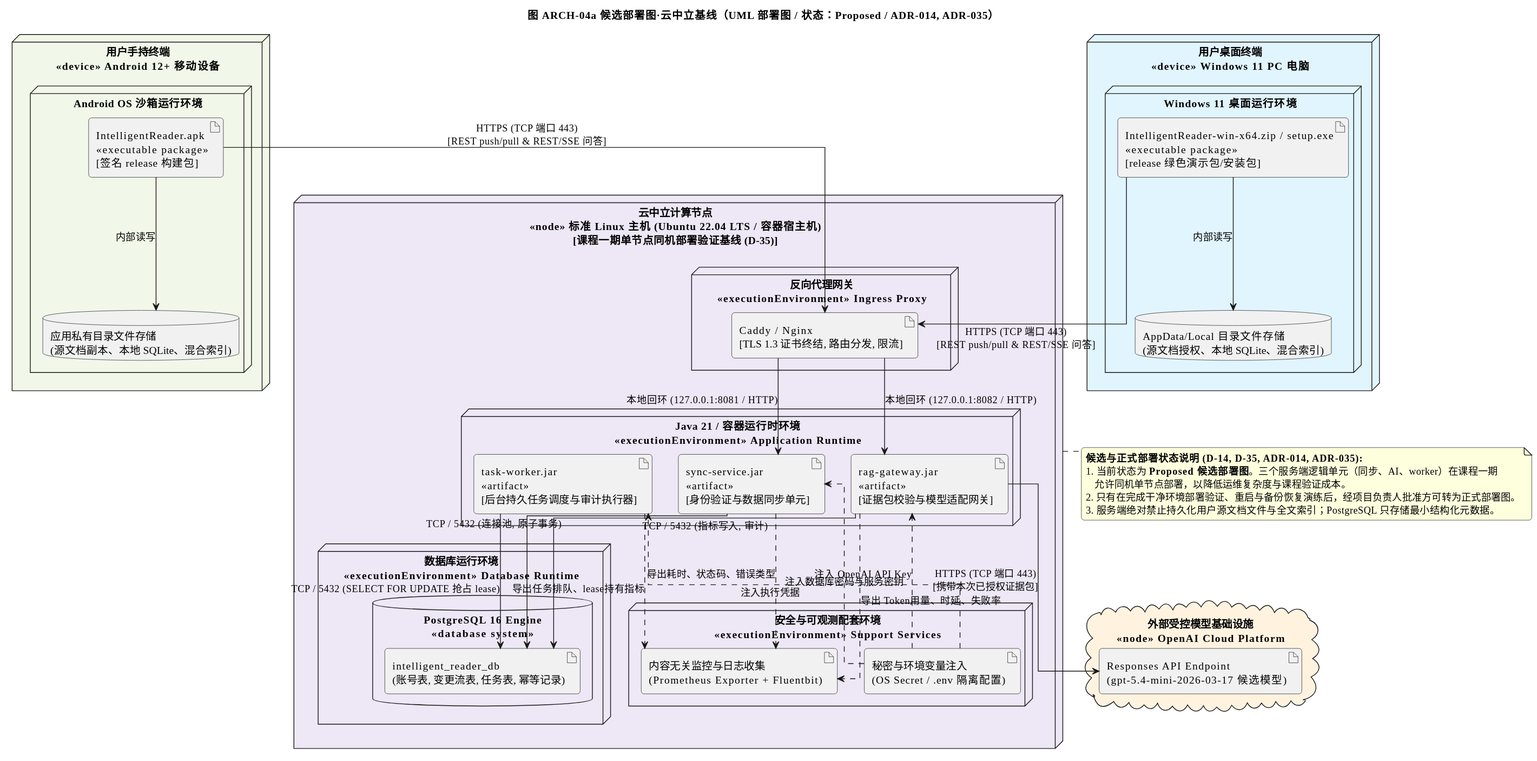
Before: docs/架构设计/阶段成果-V0.4-双端需求补充/41-架构视图与图件交付包-V1.0/导出图-SVG/ARCH-04a-候选部署图-云中立基线.svg, a diagram exported from PlantUML (Aut-172/Intelligent-Reader).
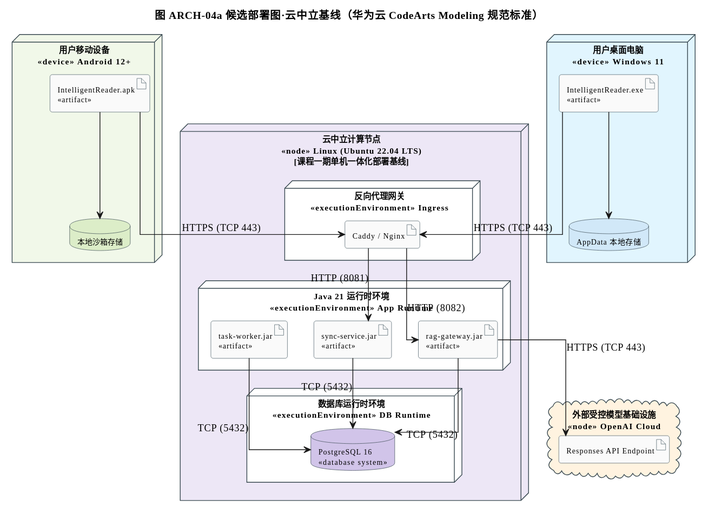
The same file after the commit.

Diff of the diagram source:
```diff
@@ -1,79 +1,76 @@
 @startuml
-title 图 ARCH-04a 候选部署图·云中立基线（UML 部署图 / 状态：Proposed / ADR-014, ADR-035）
+title 图 ARCH-04a 候选部署图·云中立基线（华为云 CodeArts Modeling 规范标准）
 skinparam shadowing false
 skinparam defaultFontName Microsoft YaHei
-skinparam roundCorner 8
+skinparam roundCorner 6
 skinparam linetype ortho
 
-node "用户手持终端\n<<device>> Android 12+ 移动设备" as Node_Android #F1F8E9 {
-    node "Android OS 沙箱运行环境" as Env_Android {
-        artifact "IntelligentReader.apk\n<<executable package>>\n[签名 release 构建包]" as Art_APK
-        database "应用私有目录文件存储\n(源文档副本、本地 SQLite、混合索引)" as Store_Android
-        Art_APK --> Store_Android : 内部读写
-    }
+skinparam node {
+  BackgroundColor #FFFFFF
+  BorderColor #37474F
+  FontSize 11
+  ArrowColor #1565C0
+  ArrowThickness 1.2
 }
 
-node "用户桌面终端\n<<device>> Windows 11 PC 电脑" as Node_Windows #E1F5FE {
-    node "Windows 11 桌面运行环境" as Env_Windows {
-        artifact "IntelligentReader-win-x64.zip / setup.exe\n<<executable package>>\n[release 绿色演示包/安装包]" as Art_EXE
-        database "AppData/Local 目录文件存储\n(源文档授权、本地 SQLite、混合索引)" as Store_Win
-        Art_EXE --> Store_Win : 内部读写
-    }
+skinparam artifact {
+  BackgroundColor #FAFAFA
+  BorderColor #455A64
+  FontSize 10
 }
 
-node "云中立计算节点\n<<node>> 标准 Linux 主机 (Ubuntu 22.04 LTS / 容器宿主机)\n[课程一期单节点同机部署验证基线 (D-35)]" as Node_Server #EDE7F6 {
-
-    node "反向代理网关\n<<executionEnvironment>> Ingress Proxy" as Env_Proxy {
-        artifact "Caddy / Nginx\n[TLS 1.3 证书终结, 路由分发, 限流]" as Art_Proxy
-    }
-
-    node "Java 21 / 容器运行时环境\n<<executionEnvironment>> Application Runtime" as Env_AppRuntime {
-        artifact "sync-service.jar\n<<artifact>>\n[身份验证与数据同步单元]" as Art_Sync
-        artifact "rag-gateway.jar\n<<artifact>>\n[证据包校验与模型适配网关]" as Art_AI
-        artifact "task-worker.jar\n<<artifact>>\n[后台持久任务调度与审计执行器]" as Art_Worker
-    }
-
-    node "数据库运行环境\n<<executionEnvironment>> Database Runtime" as Env_DBRuntime {
-        database "PostgreSQL 16 Engine\n<<database system>>" as PG_Inst {
-            artifact "intelligent_reader_db\n(账号表, 变更流表, 任务表, 幂等记录)" as Art_DB_Data
-        }
-    }
-
-    node "安全与可观测配套环境\n<<executionEnvironment>> Support Services" as Env_Support {
-        artifact "秘密与环境变量注入\n(OS Secret / .env 隔离配置)" as Art_Secret
-        artifact "内容无关监控与日志收集\n(Prometheus Exporter + Fluentbit)" as Art_Obs
-    }
-
-    Art_Proxy --> Art_Sync : 本地回环 (127.0.0.1:8081 / HTTP)
-    Art_Proxy --> Art_AI : 本地回环 (127.0.0.1:8082 / HTTP)
-
-    Art_Sync --> Art_DB_Data : TCP / 5432 (连接池, 原子事务)
-    Art_AI --> Art_DB_Data : TCP / 5432 (指标写入, 审计)
-    Art_Worker --> Art_DB_Data : TCP / 5432 (SELECT FOR UPDATE 抢占 lease)
-
-    Art_Secret ..> Art_Sync : 注入数据库密码与服务密钥
-    Art_Secret ..> Art_AI : 注入 OpenAI API Key
-    Art_Secret ..> Art_Worker : 注入执行凭据
-
-    Art_Sync ..> Art_Obs : 导出耗时、状态码、错误类型
-    Art_AI ..> Art_Obs : 导出 Token用量、时延、失败率
-    Art_Worker ..> Art_Obs : 导出任务排队、lease持有指标
+skinparam database {
+  BackgroundColor #FFFFFF
+  BorderColor #37474F
+  FontSize 10
 }
 
-cloud "外部受控模型基础设施\n<<node>> OpenAI Cloud Platform" as Node_OpenAI #FFF3E0 {
-    artifact "Responses API Endpoint\n(gpt-5.4-mini-2026-03-17 候选模型)" as Art_OpenAI_API
+skinparam cloud {
+  BackgroundColor #FFFFFF
+  BorderColor #37474F
+  FontSize 11
 }
 
-Art_APK --> Art_Proxy : HTTPS (TCP 端口 443)\n[REST push/pull & REST/SSE 问答]
-Art_EXE --> Art_Proxy : HTTPS (TCP 端口 443)\n[REST push/pull & REST/SSE 问答]
+node "用户移动设备\n<<device>> Android 12+" as Node_Android #F1F8E9 {
+  artifact "IntelligentReader.apk\n<<artifact>>" as Art_APK
+  database "本地沙箱存储" as Store_Android #DCEDC8
+  Art_APK --> Store_Android
+}
 
-Art_AI --> Art_OpenAI_API : HTTPS (TCP 端口 443)\n[携带本次已授权证据包]
+node "用户桌面电脑\n<<device>> Windows 11" as Node_Windows #E1F5FE {
+  artifact "IntelligentReader.exe\n<<artifact>>" as Art_EXE
+  database "AppData 本地存储" as Store_Win #D1E8F8
+  Art_EXE --> Store_Win
+}
 
-note bottom of Node_Server
-  **候选与正式部署状态说明 (D-14, D-35, ADR-014, ADR-035):**
-  1. 当前状态为 **Proposed 候选部署图**。三个服务端逻辑单元（同步、AI、worker）在课程一期
-     允许同机单节点部署，以降低运维复杂度与课程验证成本。
-  2. 只有在完成干净环境部署验证、重启与备份恢复演练后，经项目负责人批准方可转为正式部署图。
-  3. 服务端绝对禁止持久化用户源文档文件与全文索引；PostgreSQL 只存储最小结构化元数据。
-end note
+node "云中立计算节点\n<<node>> Linux (Ubuntu 22.04 LTS)\n[课程一期单机一体化部署基线]" as Node_Server #EDE7F6 {
+
+  node "反向代理网关\n<<executionEnvironment>> Ingress" as Env_Proxy {
+    artifact "Caddy / Nginx" as Art_Proxy
+  }
+
+  node "Java 21 运行时环境\n<<executionEnvironment>> App Runtime" as Env_AppRuntime {
+    artifact "sync-service.jar\n<<artifact>>" as Art_Sync
+    artifact "rag-gateway.jar\n<<artifact>>" as Art_AI
+    artifact "task-worker.jar\n<<artifact>>" as Art_Worker
+  }
+
+  node "数据库运行时环境\n<<executionEnvironment>> DB Runtime" as Env_DBRuntime {
+    database "PostgreSQL 16\n<<database system>>" as PG_Inst #D1C4E9
+  }
+
+  Art_Proxy --> Art_Sync : HTTP (8081)
+  Art_Proxy --> Art_AI : HTTP (8082)
+  Art_Sync --> PG_Inst : TCP (5432)
+  Art_AI --> PG_Inst : TCP (5432)
+  Art_Worker --> PG_Inst : TCP (5432)
+}
+
+cloud "外部受控模型基础设施\n<<node>> OpenAI Cloud" as Node_OpenAI #FFF3E0 {
+  artifact "Responses API Endpoint" as Art_OpenAI_API
+}
+
+Art_APK --> Art_Proxy : HTTPS (TCP 443)
+Art_EXE --> Art_Proxy : HTTPS (TCP 443)
+Art_AI --> Art_OpenAI_API : HTTPS (TCP 443)
 @enduml
```
